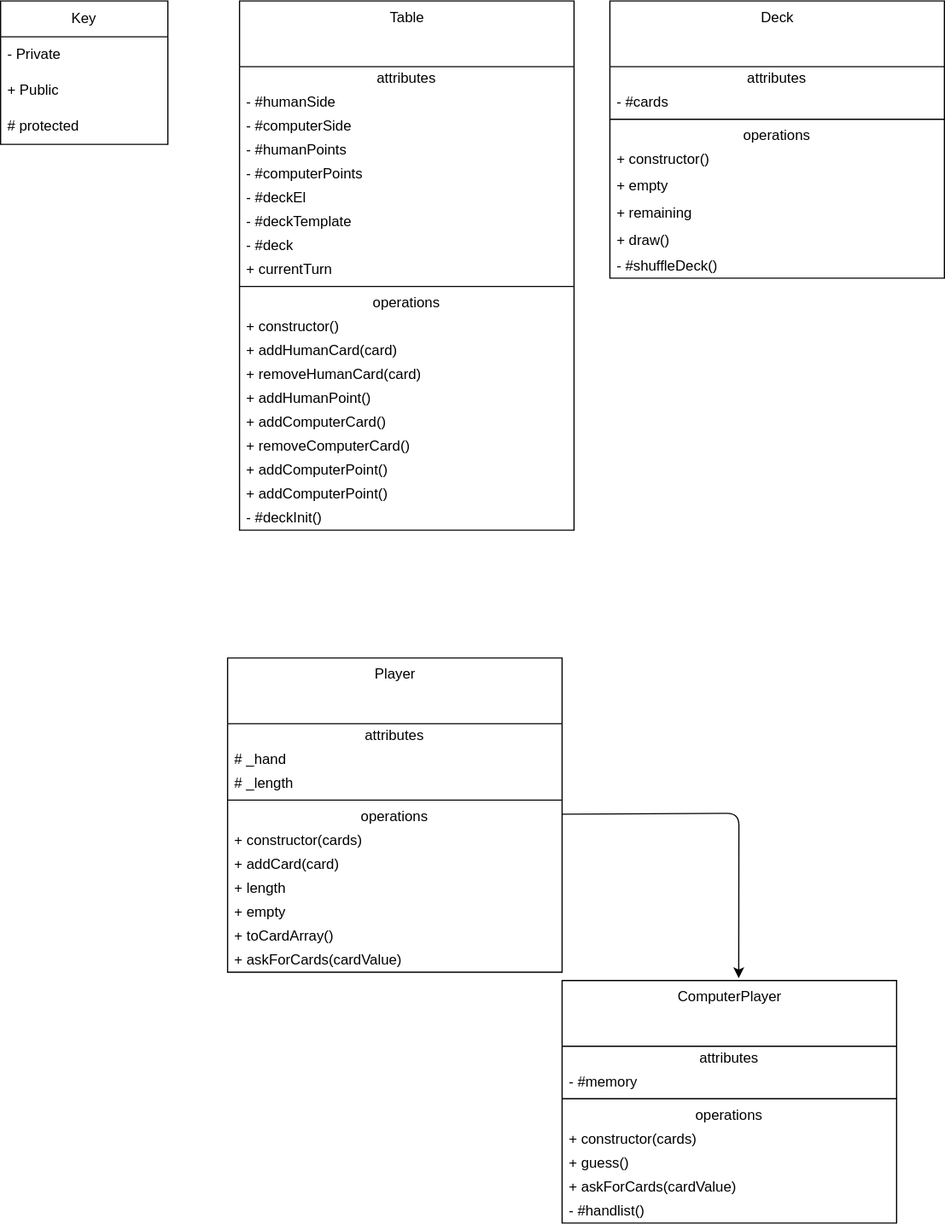
Anthonyntilelli/go-fish-webpage keeps this draw.io diagram as uml.drawio.svg. Above is the earlier version. Source tidied: cells renumbered, new cells last; positions are measured from the earlier drawing's top-left corner, leaving out a move shared by most shapes.
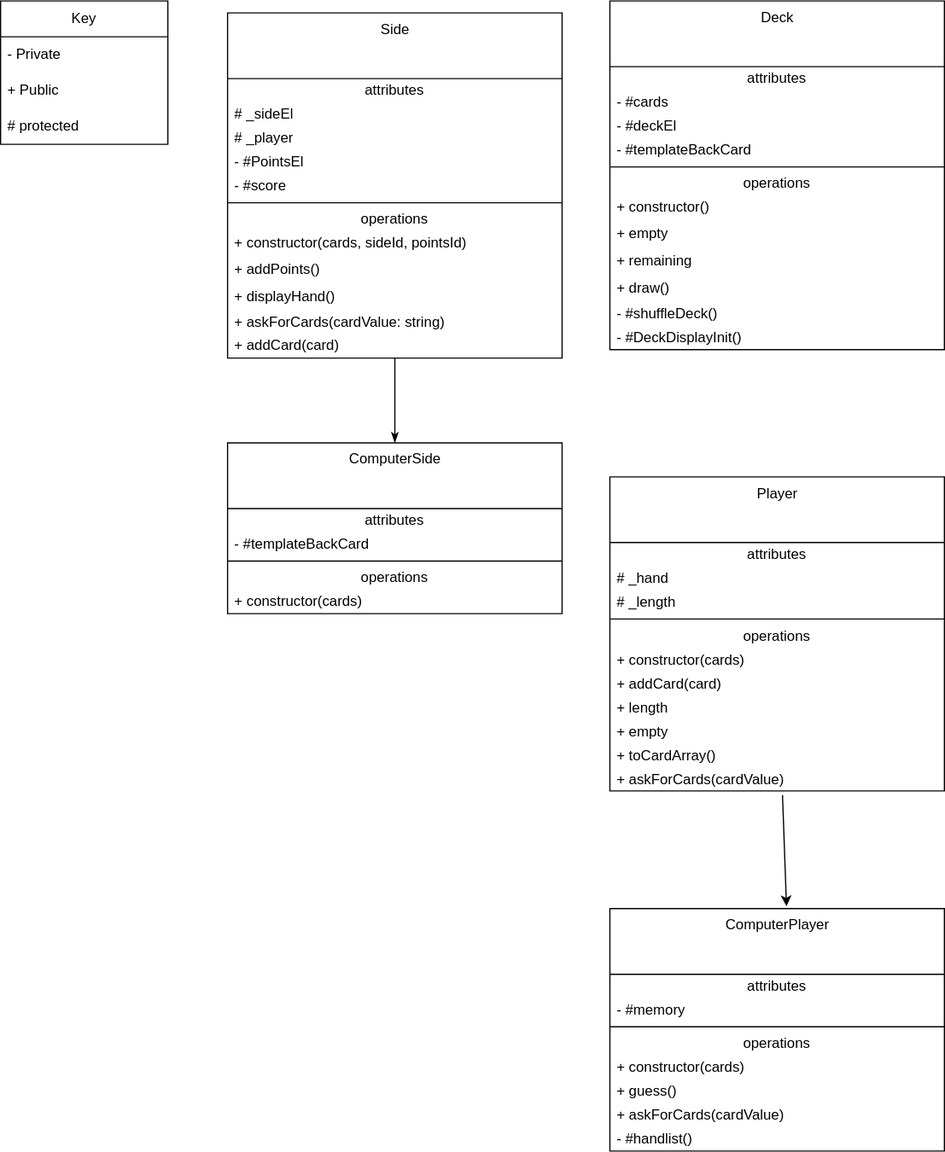
Later version of the same file.

Commit message:
split table into sides and minor bug fixes

Change to the diagram source:
```diff
@@ -14,71 +14,8 @@
     <mxCell id="5" value="# protected" style="text;strokeColor=none;fillColor=none;align=left;verticalAlign=middle;spacingLeft=4;spacingRight=4;overflow=hidden;whiteSpace=wrap;html=1;" parent="2" vertex="1">
       <mxGeometry y="90" width="140" height="30" as="geometry" />
     </mxCell>
-    <mxCell id="6" value="Table" style="swimlane;fontStyle=0;align=center;verticalAlign=top;horizontal=1;startSize=55;html=1;" parent="1" vertex="1">
-      <mxGeometry x="200" width="280" height="443" as="geometry" />
-    </mxCell>
-    <mxCell id="7" value="attributes" style="text;html=1;strokeColor=none;fillColor=none;align=center;verticalAlign=middle;spacingLeft=4;spacingRight=4;overflow=hidden;" parent="6" vertex="1">
-      <mxGeometry y="55" width="280" height="20" as="geometry" />
-    </mxCell>
-    <mxCell id="8" value="- #humanSide" style="text;html=1;strokeColor=none;fillColor=none;align=left;verticalAlign=middle;spacingLeft=4;spacingRight=4;overflow=hidden;" parent="6" vertex="1">
-      <mxGeometry y="75" width="280" height="20" as="geometry" />
-    </mxCell>
-    <mxCell id="9" value="- #computerSide" style="text;html=1;strokeColor=none;fillColor=none;align=left;verticalAlign=middle;spacingLeft=4;spacingRight=4;overflow=hidden;" parent="6" vertex="1">
-      <mxGeometry y="95" width="280" height="20" as="geometry" />
-    </mxCell>
-    <mxCell id="10" value="- #humanPoints" style="text;html=1;strokeColor=none;fillColor=none;align=left;verticalAlign=middle;spacingLeft=4;spacingRight=4;overflow=hidden;" parent="6" vertex="1">
-      <mxGeometry y="115" width="280" height="20" as="geometry" />
-    </mxCell>
-    <mxCell id="11" value="- #computerPoints" style="text;html=1;strokeColor=none;fillColor=none;align=left;verticalAlign=middle;spacingLeft=4;spacingRight=4;overflow=hidden;" parent="6" vertex="1">
-      <mxGeometry y="135" width="280" height="20" as="geometry" />
-    </mxCell>
-    <mxCell id="12" value="- #deckEl" style="text;html=1;strokeColor=none;fillColor=none;align=left;verticalAlign=middle;spacingLeft=4;spacingRight=4;overflow=hidden;" parent="6" vertex="1">
-      <mxGeometry y="155" width="280" height="20" as="geometry" />
-    </mxCell>
-    <mxCell id="13" value="- #deckTemplate" style="text;html=1;strokeColor=none;fillColor=none;align=left;verticalAlign=middle;spacingLeft=4;spacingRight=4;overflow=hidden;" parent="6" vertex="1">
-      <mxGeometry y="175" width="280" height="20" as="geometry" />
-    </mxCell>
-    <mxCell id="14" value="- #deck" style="text;html=1;strokeColor=none;fillColor=none;align=left;verticalAlign=middle;spacingLeft=4;spacingRight=4;overflow=hidden;" parent="6" vertex="1">
-      <mxGeometry y="195" width="280" height="20" as="geometry" />
-    </mxCell>
-    <mxCell id="15" value="+ currentTurn" style="text;html=1;strokeColor=none;fillColor=none;align=left;verticalAlign=middle;spacingLeft=4;spacingRight=4;overflow=hidden;" parent="6" vertex="1">
-      <mxGeometry y="215" width="280" height="20" as="geometry" />
-    </mxCell>
-    <mxCell id="16" style="line;strokeWidth=1;fillColor=none;align=left;verticalAlign=middle;spacingTop=-1;spacingLeft=3;spacingRight=3;labelPosition=right;" parent="6" vertex="1">
-      <mxGeometry y="235" width="280" height="8" as="geometry" />
-    </mxCell>
-    <mxCell id="17" value="operations" style="text;html=1;strokeColor=none;fillColor=none;align=center;verticalAlign=middle;spacingLeft=4;spacingRight=4;overflow=hidden;" parent="6" vertex="1">
-      <mxGeometry y="243" width="280" height="20" as="geometry" />
-    </mxCell>
-    <mxCell id="18" value="+ constructor()" style="text;html=1;strokeColor=none;fillColor=none;align=left;verticalAlign=middle;spacingLeft=4;spacingRight=4;overflow=hidden;" parent="6" vertex="1">
-      <mxGeometry y="263" width="280" height="20" as="geometry" />
-    </mxCell>
-    <mxCell id="19" value="+ addHumanCard(card)" style="text;html=1;strokeColor=none;fillColor=none;align=left;verticalAlign=middle;spacingLeft=4;spacingRight=4;overflow=hidden;" parent="6" vertex="1">
-      <mxGeometry y="283" width="280" height="20" as="geometry" />
-    </mxCell>
-    <mxCell id="20" value="+ removeHumanCard(card)" style="text;html=1;strokeColor=none;fillColor=none;align=left;verticalAlign=middle;spacingLeft=4;spacingRight=4;overflow=hidden;" parent="6" vertex="1">
-      <mxGeometry y="303" width="280" height="20" as="geometry" />
-    </mxCell>
-    <mxCell id="21" value="+ addHumanPoint()" style="text;html=1;strokeColor=none;fillColor=none;align=left;verticalAlign=middle;spacingLeft=4;spacingRight=4;overflow=hidden;" parent="6" vertex="1">
-      <mxGeometry y="323" width="280" height="20" as="geometry" />
-    </mxCell>
-    <mxCell id="22" value="+ addComputerCard()" style="text;html=1;strokeColor=none;fillColor=none;align=left;verticalAlign=middle;spacingLeft=4;spacingRight=4;overflow=hidden;" parent="6" vertex="1">
-      <mxGeometry y="343" width="280" height="20" as="geometry" />
-    </mxCell>
-    <mxCell id="23" value="+ removeComputerCard()" style="text;html=1;strokeColor=none;fillColor=none;align=left;verticalAlign=middle;spacingLeft=4;spacingRight=4;overflow=hidden;" parent="6" vertex="1">
-      <mxGeometry y="363" width="280" height="20" as="geometry" />
-    </mxCell>
-    <mxCell id="24" value="+ addComputerPoint()" style="text;html=1;strokeColor=none;fillColor=none;align=left;verticalAlign=middle;spacingLeft=4;spacingRight=4;overflow=hidden;" parent="6" vertex="1">
-      <mxGeometry y="383" width="280" height="20" as="geometry" />
-    </mxCell>
-    <mxCell id="25" value="+ addComputerPoint()" style="text;html=1;strokeColor=none;fillColor=none;align=left;verticalAlign=middle;spacingLeft=4;spacingRight=4;overflow=hidden;" parent="6" vertex="1">
-      <mxGeometry y="403" width="280" height="20" as="geometry" />
-    </mxCell>
-    <mxCell id="26" value="- #deckInit()" style="text;html=1;strokeColor=none;fillColor=none;align=left;verticalAlign=middle;spacingLeft=4;spacingRight=4;overflow=hidden;" parent="6" vertex="1">
-      <mxGeometry y="423" width="280" height="20" as="geometry" />
-    </mxCell>
     <mxCell id="27" value="Deck" style="swimlane;fontStyle=0;align=center;verticalAlign=top;horizontal=1;startSize=55;html=1;" parent="1" vertex="1">
-      <mxGeometry x="510" width="280" height="232" as="geometry" />
+      <mxGeometry x="510" width="280" height="292" as="geometry" />
     </mxCell>
     <mxCell id="28" value="attributes" style="text;html=1;strokeColor=none;fillColor=none;align=center;verticalAlign=middle;spacingLeft=4;spacingRight=4;overflow=hidden;" parent="27" vertex="1">
       <mxGeometry y="55" width="280" height="20" as="geometry" />
@@ -86,36 +23,41 @@
     <mxCell id="29" value="- #cards" style="text;html=1;strokeColor=none;fillColor=none;align=left;verticalAlign=middle;spacingLeft=4;spacingRight=4;overflow=hidden;" parent="27" vertex="1">
       <mxGeometry y="75" width="280" height="20" as="geometry" />
     </mxCell>
+    <mxCell id="12" value="- #deckEl" style="text;html=1;strokeColor=none;fillColor=none;align=left;verticalAlign=middle;spacingLeft=4;spacingRight=4;overflow=hidden;" parent="27" vertex="1">
+      <mxGeometry y="95" width="280" height="20" as="geometry" />
+    </mxCell>
+    <mxCell id="59" value="- #templateBackCard" style="text;html=1;strokeColor=none;fillColor=none;align=left;verticalAlign=middle;spacingLeft=4;spacingRight=4;overflow=hidden;" parent="27" vertex="1">
+      <mxGeometry y="115" width="280" height="20" as="geometry" />
+    </mxCell>
     <mxCell id="30" style="line;strokeWidth=1;fillColor=none;align=left;verticalAlign=middle;spacingTop=-1;spacingLeft=3;spacingRight=3;labelPosition=right;" parent="27" vertex="1">
-      <mxGeometry y="95" width="280" height="8" as="geometry" />
+      <mxGeometry y="135" width="280" height="8" as="geometry" />
     </mxCell>
     <mxCell id="31" value="operations" style="text;html=1;strokeColor=none;fillColor=none;align=center;verticalAlign=middle;spacingLeft=4;spacingRight=4;overflow=hidden;" parent="27" vertex="1">
-      <mxGeometry y="103" width="280" height="20" as="geometry" />
+      <mxGeometry y="143" width="280" height="20" as="geometry" />
     </mxCell>
     <mxCell id="32" value="+ constructor()" style="text;html=1;strokeColor=none;fillColor=none;align=left;verticalAlign=middle;spacingLeft=4;spacingRight=4;overflow=hidden;" parent="27" vertex="1">
-      <mxGeometry y="123" width="280" height="20" as="geometry" />
+      <mxGeometry y="163" width="280" height="20" as="geometry" />
     </mxCell>
     <mxCell id="33" value="+ empty" style="text;html=1;strokeColor=none;fillColor=none;align=left;verticalAlign=middle;spacingLeft=4;spacingRight=4;overflow=hidden;" parent="27" vertex="1">
-      <mxGeometry y="143" width="280" height="23" as="geometry" />
+      <mxGeometry y="183" width="280" height="23" as="geometry" />
     </mxCell>
     <mxCell id="34" value="+ remaining" style="text;html=1;strokeColor=none;fillColor=none;align=left;verticalAlign=middle;spacingLeft=4;spacingRight=4;overflow=hidden;" parent="27" vertex="1">
-      <mxGeometry y="166" width="280" height="23" as="geometry" />
+      <mxGeometry y="206" width="280" height="23" as="geometry" />
     </mxCell>
     <mxCell id="35" value="+ draw()" style="text;html=1;strokeColor=none;fillColor=none;align=left;verticalAlign=middle;spacingLeft=4;spacingRight=4;overflow=hidden;" parent="27" vertex="1">
-      <mxGeometry y="189" width="280" height="23" as="geometry" />
+      <mxGeometry y="229" width="280" height="23" as="geometry" />
     </mxCell>
+    <mxCell id="60" value="- #shuffleDeck()" style="text;html=1;strokeColor=none;fillColor=none;align=left;verticalAlign=middle;spacingLeft=4;spacingRight=4;overflow=hidden;" parent="27" vertex="1">
+      <mxGeometry y="252" width="280" height="20" as="geometry" />
+    </mxCell>
-    <mxCell id="36" value="- #shuffleDeck()" style="text;html=1;strokeColor=none;fillColor=none;align=left;verticalAlign=middle;spacingLeft=4;spacingRight=4;overflow=hidden;" parent="27" vertex="1">
-      <mxGeometry y="212" width="280" height="20" as="geometry" />
+    <mxCell id="36" value="- #DeckDisplayInit()" style="text;html=1;strokeColor=none;fillColor=none;align=left;verticalAlign=middle;spacingLeft=4;spacingRight=4;overflow=hidden;" parent="27" vertex="1">
+      <mxGeometry y="272" width="280" height="20" as="geometry" />
     </mxCell>
-    <mxCell id="37" style="edgeStyle=none;html=1;entryX=0.528;entryY=-0.01;entryDx=0;entryDy=0;entryPerimeter=0;" parent="1" edge="1" source="38" target="50">
-      <mxGeometry relative="1" as="geometry">
-        <Array as="points">
-          <mxPoint x="618" y="680" />
-        </Array>
-      </mxGeometry>
+    <mxCell id="37" style="edgeStyle=none;html=1;entryX=0.528;entryY=-0.01;entryDx=0;entryDy=0;entryPerimeter=0;exitX=0.516;exitY=1.176;exitDx=0;exitDy=0;exitPerimeter=0;" parent="1" edge="1" source="49" target="50">
+      <mxGeometry relative="1" as="geometry" />
     </mxCell>
     <mxCell id="38" value="Player" style="swimlane;fontStyle=0;align=center;verticalAlign=top;horizontal=1;startSize=55;html=1;" parent="1" vertex="1">
-      <mxGeometry x="190" y="550" width="280" height="263" as="geometry" />
+      <mxGeometry x="510" y="398.5" width="280" height="263" as="geometry" />
     </mxCell>
     <mxCell id="39" value="attributes" style="text;html=1;strokeColor=none;fillColor=none;align=center;verticalAlign=middle;spacingLeft=4;spacingRight=4;overflow=hidden;" parent="38" vertex="1">
       <mxGeometry y="55" width="280" height="20" as="geometry" />
@@ -151,7 +93,7 @@
       <mxGeometry y="243" width="280" height="20" as="geometry" />
     </mxCell>
     <mxCell id="50" value="ComputerPlayer" style="swimlane;fontStyle=0;align=center;verticalAlign=top;horizontal=1;startSize=55;html=1;" parent="1" vertex="1">
-      <mxGeometry x="470" y="820" width="280" height="203" as="geometry" />
+      <mxGeometry x="510" y="760" width="280" height="203" as="geometry" />
     </mxCell>
     <mxCell id="51" value="attributes" style="text;html=1;strokeColor=none;fillColor=none;align=center;verticalAlign=middle;spacingLeft=4;spacingRight=4;overflow=hidden;" parent="50" vertex="1">
       <mxGeometry y="55" width="280" height="20" as="geometry" />
@@ -177,5 +119,65 @@
     <mxCell id="58" value="- #handlist()" style="text;html=1;strokeColor=none;fillColor=none;align=left;verticalAlign=middle;spacingLeft=4;spacingRight=4;overflow=hidden;" parent="50" vertex="1">
       <mxGeometry y="183" width="280" height="20" as="geometry" />
     </mxCell>
+    <mxCell id="61" value="Side" style="swimlane;fontStyle=0;align=center;verticalAlign=top;horizontal=1;startSize=55;html=1;" parent="1" vertex="1">
+      <mxGeometry x="190" y="10" width="280" height="289" as="geometry" />
+    </mxCell>
+    <mxCell id="62" value="attributes" style="text;html=1;strokeColor=none;fillColor=none;align=center;verticalAlign=middle;spacingLeft=4;spacingRight=4;overflow=hidden;" parent="61" vertex="1">
+      <mxGeometry y="55" width="280" height="20" as="geometry" />
+    </mxCell>
+    <mxCell id="63" value="# _sideEl" style="text;html=1;strokeColor=none;fillColor=none;align=left;verticalAlign=middle;spacingLeft=4;spacingRight=4;overflow=hidden;" parent="61" vertex="1">
+      <mxGeometry y="75" width="280" height="20" as="geometry" />
+    </mxCell>
+    <mxCell id="64" value="# _player" style="text;html=1;strokeColor=none;fillColor=none;align=left;verticalAlign=middle;spacingLeft=4;spacingRight=4;overflow=hidden;" parent="61" vertex="1">
+      <mxGeometry y="95" width="280" height="20" as="geometry" />
+    </mxCell>
+    <mxCell id="65" value="- #PointsEl" style="text;html=1;strokeColor=none;fillColor=none;align=left;verticalAlign=middle;spacingLeft=4;spacingRight=4;overflow=hidden;" parent="61" vertex="1">
+      <mxGeometry y="115" width="280" height="20" as="geometry" />
+    </mxCell>
+    <mxCell id="66" value="- #score" style="text;html=1;strokeColor=none;fillColor=none;align=left;verticalAlign=middle;spacingLeft=4;spacingRight=4;overflow=hidden;" parent="61" vertex="1">
+      <mxGeometry y="135" width="280" height="20" as="geometry" />
+    </mxCell>
+    <mxCell id="67" style="line;strokeWidth=1;fillColor=none;align=left;verticalAlign=middle;spacingTop=-1;spacingLeft=3;spacingRight=3;labelPosition=right;" parent="61" vertex="1">
+      <mxGeometry y="155" width="280" height="8" as="geometry" />
+    </mxCell>
+    <mxCell id="68" value="operations" style="text;html=1;strokeColor=none;fillColor=none;align=center;verticalAlign=middle;spacingLeft=4;spacingRight=4;overflow=hidden;" parent="61" vertex="1">
+      <mxGeometry y="163" width="280" height="20" as="geometry" />
+    </mxCell>
+    <mxCell id="69" value="+ constructor(cards, sideId, pointsId)" style="text;html=1;strokeColor=none;fillColor=none;align=left;verticalAlign=middle;spacingLeft=4;spacingRight=4;overflow=hidden;" parent="61" vertex="1">
+      <mxGeometry y="183" width="280" height="20" as="geometry" />
+    </mxCell>
+    <mxCell id="70" value="+ addPoints()" style="text;html=1;strokeColor=none;fillColor=none;align=left;verticalAlign=middle;spacingLeft=4;spacingRight=4;overflow=hidden;" parent="61" vertex="1">
+      <mxGeometry y="203" width="280" height="23" as="geometry" />
+    </mxCell>
+    <mxCell id="71" value="+ displayHand()" style="text;html=1;strokeColor=none;fillColor=none;align=left;verticalAlign=middle;spacingLeft=4;spacingRight=4;overflow=hidden;" parent="61" vertex="1">
+      <mxGeometry y="226" width="280" height="23" as="geometry" />
+    </mxCell>
+    <mxCell id="72" value="+&amp;nbsp;askForCards(cardValue: string)" style="text;html=1;strokeColor=none;fillColor=none;align=left;verticalAlign=middle;spacingLeft=4;spacingRight=4;overflow=hidden;" parent="61" vertex="1">
+      <mxGeometry y="249" width="280" height="20" as="geometry" />
+    </mxCell>
+    <mxCell id="73" value="+ addCard(card)" style="text;html=1;strokeColor=none;fillColor=none;align=left;verticalAlign=middle;spacingLeft=4;spacingRight=4;overflow=hidden;points=[[0,0.5],[1,0.5]];portConstraint=eastwest;" parent="61" vertex="1">
+      <mxGeometry y="269" width="280" height="20" as="geometry" />
+    </mxCell>
+    <mxCell id="74" style="edgeStyle=none;html=1;endArrow=none;endFill=0;startArrow=classicThin;startFill=1;" parent="1" edge="1" source="75" target="73">
+      <mxGeometry relative="1" as="geometry" />
+    </mxCell>
+    <mxCell id="75" value="ComputerSide" style="swimlane;fontStyle=0;align=center;verticalAlign=top;horizontal=1;startSize=55;html=1;" parent="1" vertex="1">
+      <mxGeometry x="190" y="370" width="280" height="143" as="geometry" />
+    </mxCell>
+    <mxCell id="76" value="attributes" style="text;html=1;strokeColor=none;fillColor=none;align=center;verticalAlign=middle;spacingLeft=4;spacingRight=4;overflow=hidden;" parent="75" vertex="1">
+      <mxGeometry y="55" width="280" height="20" as="geometry" />
+    </mxCell>
+    <mxCell id="77" value="- #templateBackCard" style="text;html=1;strokeColor=none;fillColor=none;align=left;verticalAlign=middle;spacingLeft=4;spacingRight=4;overflow=hidden;" parent="75" vertex="1">
+      <mxGeometry y="75" width="280" height="20" as="geometry" />
+    </mxCell>
+    <mxCell id="78" style="line;strokeWidth=1;fillColor=none;align=left;verticalAlign=middle;spacingTop=-1;spacingLeft=3;spacingRight=3;labelPosition=right;" parent="75" vertex="1">
+      <mxGeometry y="95" width="280" height="8" as="geometry" />
+    </mxCell>
+    <mxCell id="79" value="operations" style="text;html=1;strokeColor=none;fillColor=none;align=center;verticalAlign=middle;spacingLeft=4;spacingRight=4;overflow=hidden;" parent="75" vertex="1">
+      <mxGeometry y="103" width="280" height="20" as="geometry" />
+    </mxCell>
+    <mxCell id="80" value="+ constructor(cards)" style="text;html=1;strokeColor=none;fillColor=none;align=left;verticalAlign=middle;spacingLeft=4;spacingRight=4;overflow=hidden;" parent="75" vertex="1">
+      <mxGeometry y="123" width="280" height="20" as="geometry" />
+    </mxCell>
   </root>
 </mxGraphModel>
```
